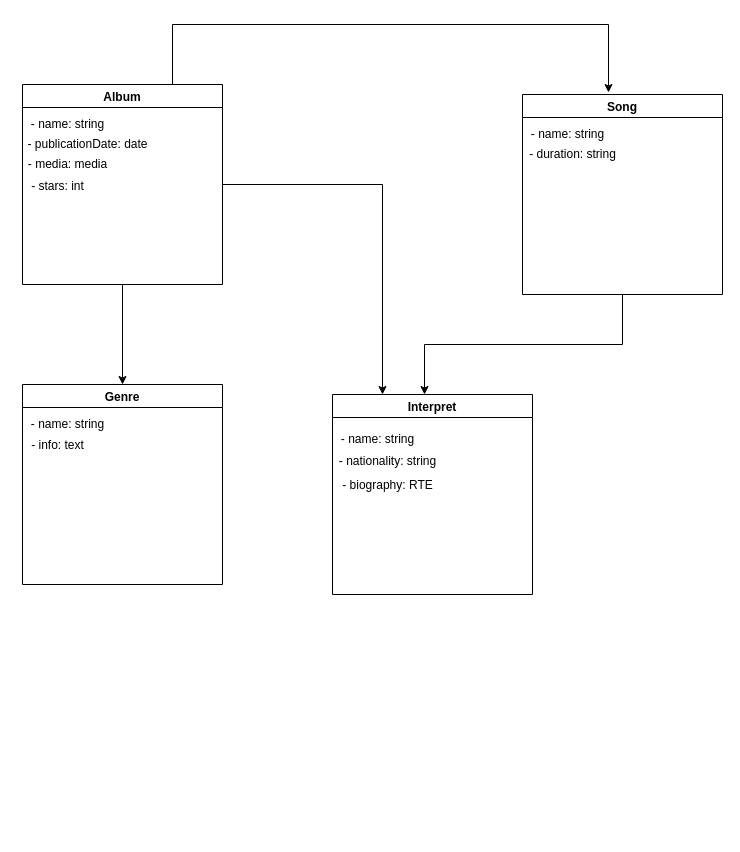
Earlier version of the draw.io diagram page "UML" (1 of 6) of Untitled Diagram.drawio (free-prayer-bird/demo-repo). Source tidied: cells renumbered, new cells numbered last; positions are measured from the earlier drawing's top-left corner, leaving out a move shared by most shapes. Both pictures are drawn from the tidied source at 100%, with x=0, y=0 at pixel (17, 24).
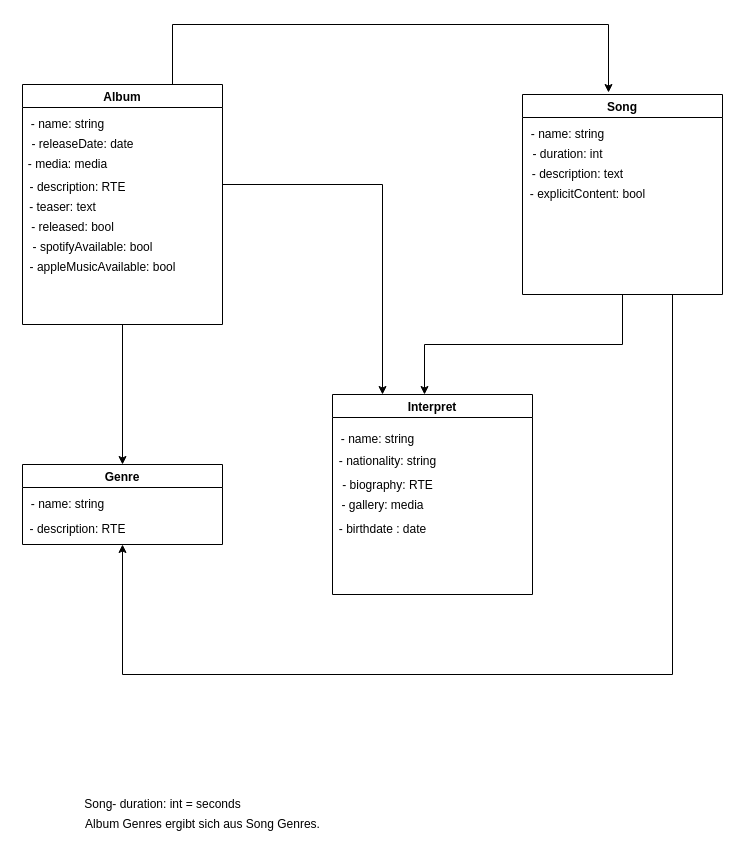
The same diagram, later.

The change refers to these unchanged cells:
```xml
<mxCell id="11" value="Song" style="swimlane;" parent="1" vertex="1">
  <mxGeometry x="505" y="70" width="200" height="200" as="geometry" />
</mxCell>
<mxCell id="14" value="Interpret" style="swimlane;" parent="1" vertex="1">
  <mxGeometry x="315" y="370" width="200" height="200" as="geometry" />
</mxCell>
```

Diff of the diagram source:
```diff
@@
     <mxCell id="5" value="Album" style="swimlane;" parent="1" vertex="1">
-      <mxGeometry x="5" y="60" width="200" height="200" as="geometry" />
+      <mxGeometry x="5" y="60" width="200" height="240" as="geometry" />
     </mxCell>
@@
-    <mxCell id="7" value="- publicationDate: date" style="text;html=1;align=center;verticalAlign=middle;strokeColor=none;fillColor=none;" parent="5" vertex="1">
-      <mxGeometry x="-5" y="50" width="140" height="20" as="geometry" />
+    <mxCell id="7" value="- releaseDate: date" style="text;html=1;align=center;verticalAlign=middle;strokeColor=none;fillColor=none;" parent="5" vertex="1">
+      <mxGeometry y="50" width="120" height="20" as="geometry" />
     </mxCell>
@@
-    <mxCell id="9" value="- stars: int" style="text;html=1;align=center;verticalAlign=middle;strokeColor=none;fillColor=none;" parent="5" vertex="1">
-      <mxGeometry y="92" width="70" height="20" as="geometry" />
-    </mxCell>
+    <mxCell id="21" value="- description: RTE" style="text;html=1;align=center;verticalAlign=middle;strokeColor=none;fillColor=none;" parent="5" vertex="1">
+      <mxGeometry y="93" width="110" height="20" as="geometry" />
+    </mxCell>
+    <mxCell id="22" value="- teaser: text" style="text;html=1;align=center;verticalAlign=middle;strokeColor=none;fillColor=none;" parent="5" vertex="1">
+      <mxGeometry y="113" width="80" height="20" as="geometry" />
+    </mxCell>
+    <mxCell id="23" value="- released: bool" style="text;html=1;align=center;verticalAlign=middle;strokeColor=none;fillColor=none;" parent="5" vertex="1">
+      <mxGeometry y="133" width="100" height="20" as="geometry" />
+    </mxCell>
+    <mxCell id="24" value="- spotifyAvailable: bool" style="text;html=1;align=center;verticalAlign=middle;strokeColor=none;fillColor=none;" parent="5" vertex="1">
+      <mxGeometry y="153" width="140" height="20" as="geometry" />
+    </mxCell>
+    <mxCell id="25" value="- appleMusicAvailable: bool" style="text;html=1;align=center;verticalAlign=middle;strokeColor=none;fillColor=none;" parent="5" vertex="1">
+      <mxGeometry y="173" width="160" height="20" as="geometry" />
+    </mxCell>
@@
+    <mxCell id="26" style="edgeStyle=orthogonalEdgeStyle;rounded=0;jettySize=auto;html=1;exitX=0.75;exitY=1;exitDx=0;exitDy=0;entryX=0.5;entryY=1;entryDx=0;entryDy=0;" parent="1" edge="1" source="11" target="18">
+      <mxGeometry relative="1" as="geometry">
+        <Array as="points">
+          <mxPoint x="655" y="650" />
+          <mxPoint x="105" y="650" />
+        </Array>
+      </mxGeometry>
+    </mxCell>
@@
-    <mxCell id="13" value="- duration: string" style="text;html=1;align=center;verticalAlign=middle;strokeColor=none;fillColor=none;" parent="11" vertex="1">
-      <mxGeometry y="50" width="100" height="20" as="geometry" />
+    <mxCell id="13" value="- duration: int" style="text;html=1;align=center;verticalAlign=middle;strokeColor=none;fillColor=none;" parent="11" vertex="1">
+      <mxGeometry y="50" width="90" height="20" as="geometry" />
     </mxCell>
+    <mxCell id="27" value="- description: text" style="text;html=1;align=center;verticalAlign=middle;strokeColor=none;fillColor=none;" parent="11" vertex="1">
+      <mxGeometry y="70" width="110" height="20" as="geometry" />
+    </mxCell>
+    <mxCell id="28" value="- explicitContent: bool" style="text;html=1;align=center;verticalAlign=middle;strokeColor=none;fillColor=none;" parent="11" vertex="1">
+      <mxGeometry y="90" width="130" height="20" as="geometry" />
+    </mxCell>
@@
+    <mxCell id="29" value="- gallery: media" style="text;html=1;align=center;verticalAlign=middle;strokeColor=none;fillColor=none;" parent="14" vertex="1">
+      <mxGeometry y="101" width="100" height="20" as="geometry" />
+    </mxCell>
+    <mxCell id="30" value="- birthdate : date" style="text;html=1;align=center;verticalAlign=middle;strokeColor=none;fillColor=none;" parent="14" vertex="1">
+      <mxGeometry y="125" width="100" height="20" as="geometry" />
+    </mxCell>
     <mxCell id="18" value="Genre" style="swimlane;" parent="1" vertex="1">
-      <mxGeometry x="5" y="360" width="200" height="200" as="geometry" />
+      <mxGeometry x="5" y="440" width="200" height="80" as="geometry" />
     </mxCell>
@@
-    <mxCell id="20" value="- info: text" style="text;html=1;align=center;verticalAlign=middle;strokeColor=none;fillColor=none;" parent="18" vertex="1">
-      <mxGeometry y="51" width="70" height="20" as="geometry" />
-    </mxCell>
+    <mxCell id="31" value="- description: RTE" style="text;html=1;align=center;verticalAlign=middle;strokeColor=none;fillColor=none;" parent="18" vertex="1">
+      <mxGeometry y="55" width="110" height="20" as="geometry" />
+    </mxCell>
+    <mxCell id="32" value="Song- duration: int = seconds" style="text;html=1;align=center;verticalAlign=middle;strokeColor=none;fillColor=none;" parent="1" vertex="1">
+      <mxGeometry x="60" y="770" width="170" height="20" as="geometry" />
+    </mxCell>
+    <mxCell id="33" value="Album Genres ergibt sich aus Song Genres." style="text;html=1;align=center;verticalAlign=middle;strokeColor=none;fillColor=none;" parent="1" vertex="1">
+      <mxGeometry x="60" y="790" width="250" height="20" as="geometry" />
+    </mxCell>
```
